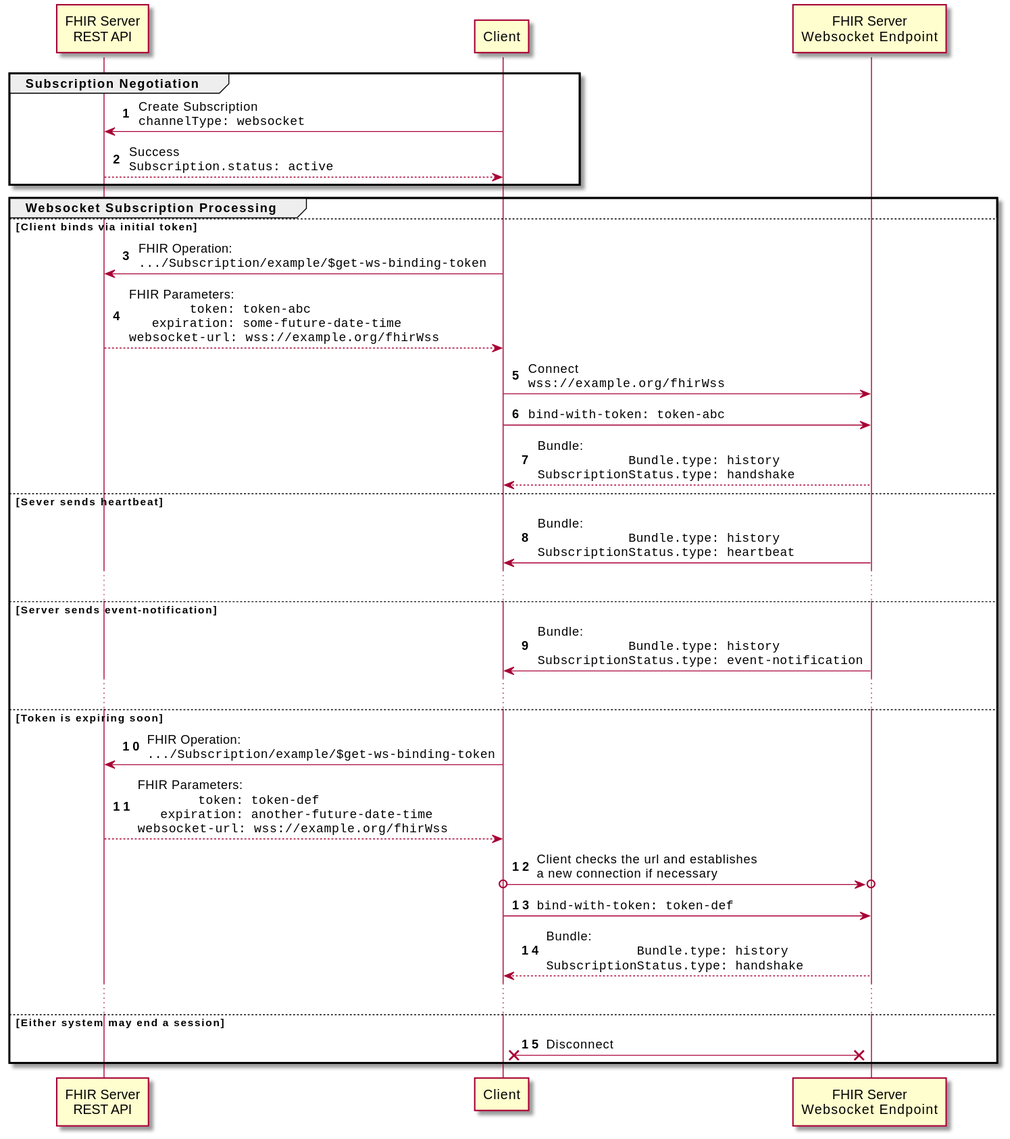
Above: images/subscriptions/subscription-channel-websocket.svg in HL7/fhir (PlantUML), before the change.
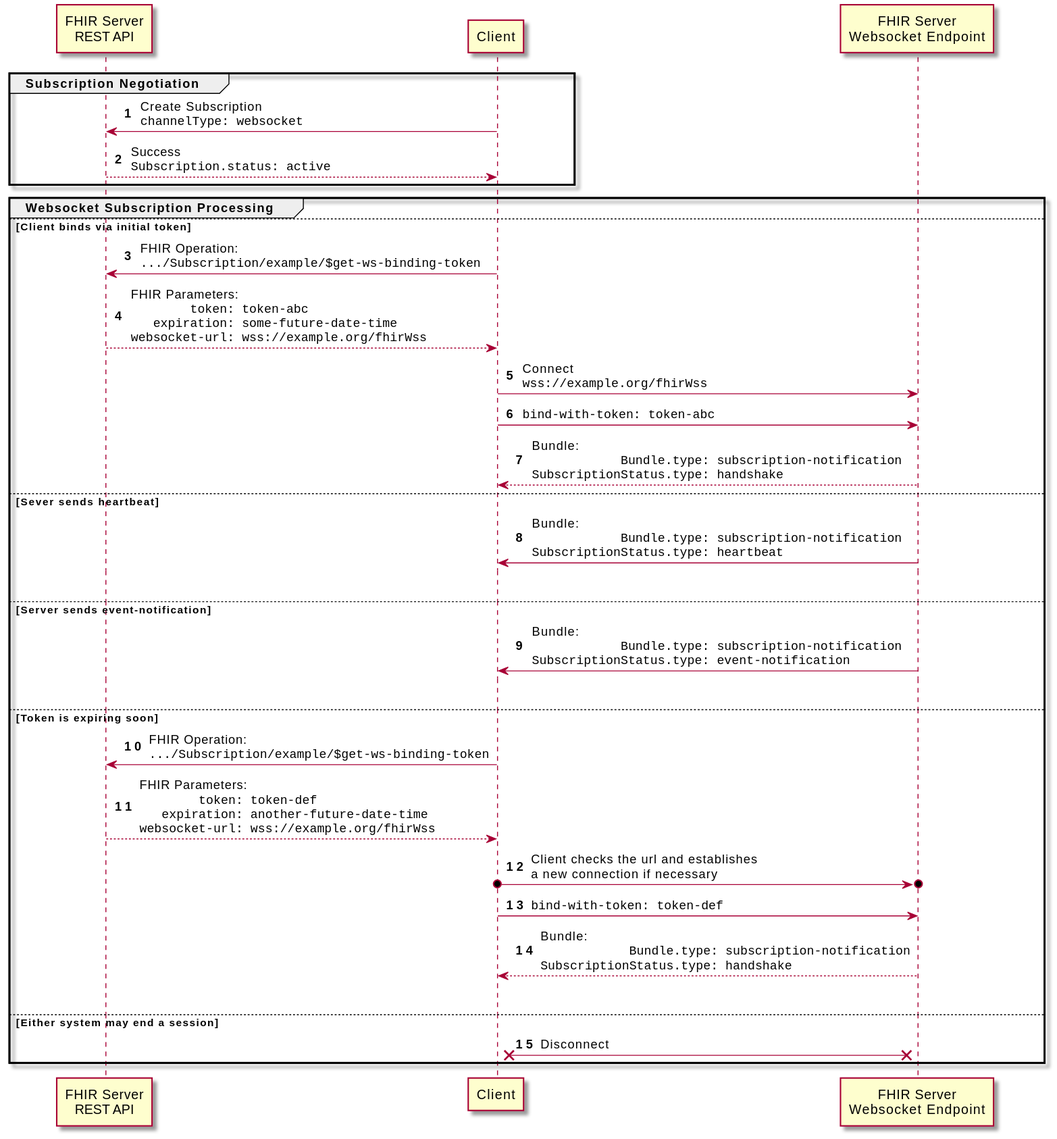
Later version of the same file.

Commit message:
FHIR-47351 - fix bundle type in workflow diagrams

Change to the diagram source:
```diff
@@ -1,4 +1,5 @@
 @startuml
+skin rose
 skinparam NoteTextAlignment left
 skinparam Padding 2
 skinparam ParticipantPadding 40
@@ -10,34 +11,34 @@
 participant "FHIR Server\nWebsocket Endpoint" as E
 
 group Subscription Negotiation
-  C->S: Create Subscription\n""channelType: websocket""
+  C -> S: Create Subscription\n""channelType: websocket""
   return Success\n""Subscription.status: active""
 end
 
 group Websocket Subscription Processing
 else Client binds via initial token
-  C->S: FHIR Operation:\n"".../Subscription/example/$get-ws-binding-token""
+  C -> S: FHIR Operation:\n"".../Subscription/example/$get-ws-binding-token""
   return FHIR Parameters:\n""        token: token-abc""\n""   expiration: some-future-date-time""\n""websocket-url: wss://example.org/fhirWss""
 
-  C->E: Connect\n""wss://example.org/fhirWss""
+  C -> E: Connect\n""wss://example.org/fhirWss""
 
-  C->E: ""bind-with-token: token-abc""
-  return Bundle:\n""            Bundle.type: history""\n""SubscriptionStatus.type: handshake""
+  C -> E: ""bind-with-token: token-abc""
+  return Bundle:\n""            Bundle.type: subscription-notification""\n""SubscriptionStatus.type: handshake""
 
 else Sever sends heartbeat
-    E->C: Bundle:\n""            Bundle.type: history""\n""SubscriptionStatus.type: heartbeat""
+    E -> C: Bundle:\n""            Bundle.type: subscription-notification""\n""SubscriptionStatus.type: heartbeat""
     ...
 else Server sends event-notification
-    E->C: Bundle:\n""            Bundle.type: history""\n""SubscriptionStatus.type: event-notification""
+    E -> C: Bundle:\n""            Bundle.type: subscription-notification""\n""SubscriptionStatus.type: event-notification""
     ...
 else Token is expiring soon
-    C->S: FHIR Operation:\n"".../Subscription/example/$get-ws-binding-token""
+    C -> S: FHIR Operation:\n"".../Subscription/example/$get-ws-binding-token""
     return FHIR Parameters:\n""        token: token-def""\n""   expiration: another-future-date-time""\n""websocket-url: wss://example.org/fhirWss""
 
     C o->o E: Client checks the url and establishes\na new connection if necessary
 
-    C->E: ""bind-with-token: token-def""
-    return Bundle:\n""            Bundle.type: history""\n""SubscriptionStatus.type: handshake""
+    C -> E: ""bind-with-token: token-def""
+    return Bundle:\n""            Bundle.type: subscription-notification""\n""SubscriptionStatus.type: handshake""
     ...
 else Either system may end a session
   C x-x E: Disconnect
```
